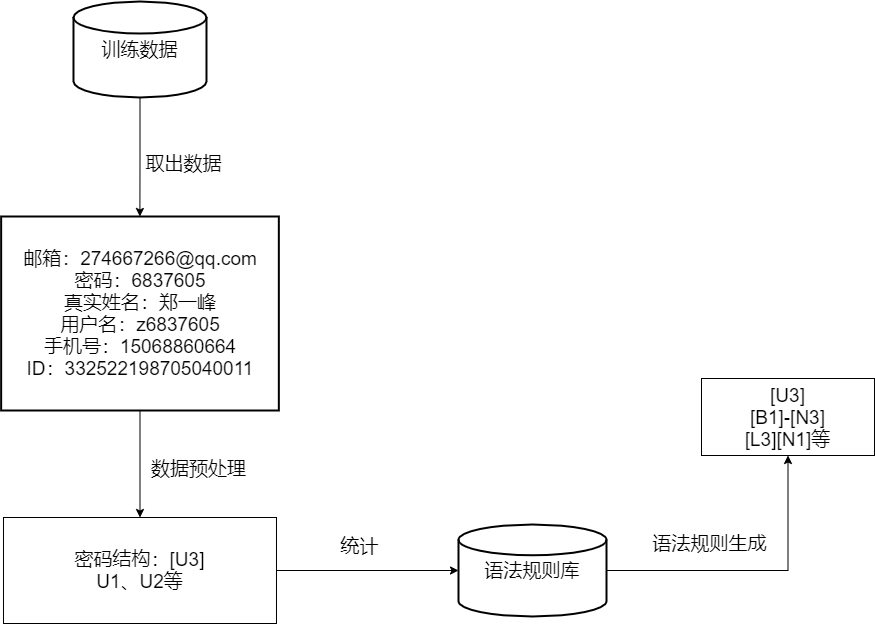
Before: pcfg.drawio.png, a diagram exported from draw.io (lakomi/pictures). Source tidied: cells renumbered, new cells last; positions are measured from the earlier drawing's top-left corner, leaving out a move shared by most shapes.
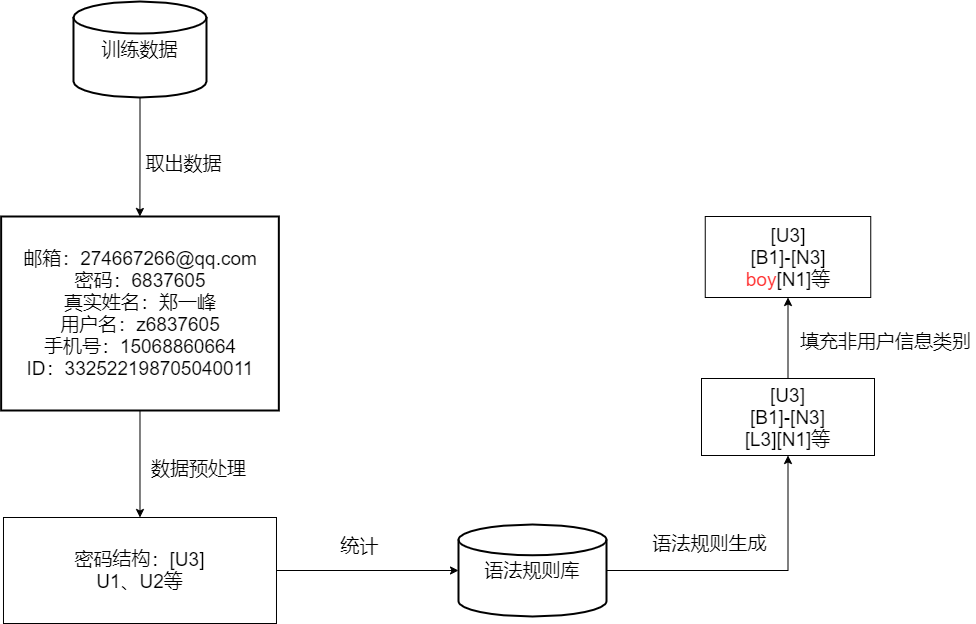
The same file after the commit.

The edit, as a diff of the source:
```diff
@@ -35,11 +35,20 @@
     <mxCell id="12" value="统计" style="text;html=1;align=center;verticalAlign=middle;strokeColor=none;fillColor=none;fontSize=19;" parent="1" vertex="1">
       <mxGeometry x="334" y="532" width="48" height="26" as="geometry" />
     </mxCell>
+    <mxCell id="15" style="edgeStyle=orthogonalEdgeStyle;rounded=0;jettySize=auto;html=1;exitX=0.5;exitY=0;exitDx=0;exitDy=0;entryX=0.5;entryY=1;entryDx=0;entryDy=0;fontSize=19;" parent="1" edge="1" source="13" target="16">
+      <mxGeometry relative="1" as="geometry" />
+    </mxCell>
     <mxCell id="13" value="[U3]&lt;br&gt;[B1]-[N3]&lt;br&gt;[L3][N1]等" style="rounded=0;whiteSpace=wrap;html=1;fontSize=19;" parent="1" vertex="1">
       <mxGeometry x="700" y="377" width="173" height="77" as="geometry" />
     </mxCell>
     <mxCell id="14" value="语法规则生成" style="text;html=1;align=center;verticalAlign=middle;strokeColor=none;fillColor=none;fontSize=19;" parent="1" vertex="1">
       <mxGeometry x="646" y="529" width="124" height="26" as="geometry" />
     </mxCell>
+    <mxCell id="16" value="[U3]&lt;br&gt;[B1]-[N3]&lt;br&gt;&lt;font color=&quot;#ff3333&quot;&gt;boy&lt;/font&gt;[N1]等" style="rounded=0;whiteSpace=wrap;html=1;fontSize=19;" parent="1" vertex="1">
+      <mxGeometry x="703.8" y="215" width="165.5" height="81" as="geometry" />
+    </mxCell>
+    <mxCell id="17" value="填充非用户信息类别" style="text;html=1;align=center;verticalAlign=middle;strokeColor=none;fillColor=none;fontSize=19;" parent="1" vertex="1">
+      <mxGeometry x="793" y="327" width="181" height="26" as="geometry" />
+    </mxCell>
   </root>
 </mxGraphModel>
```
